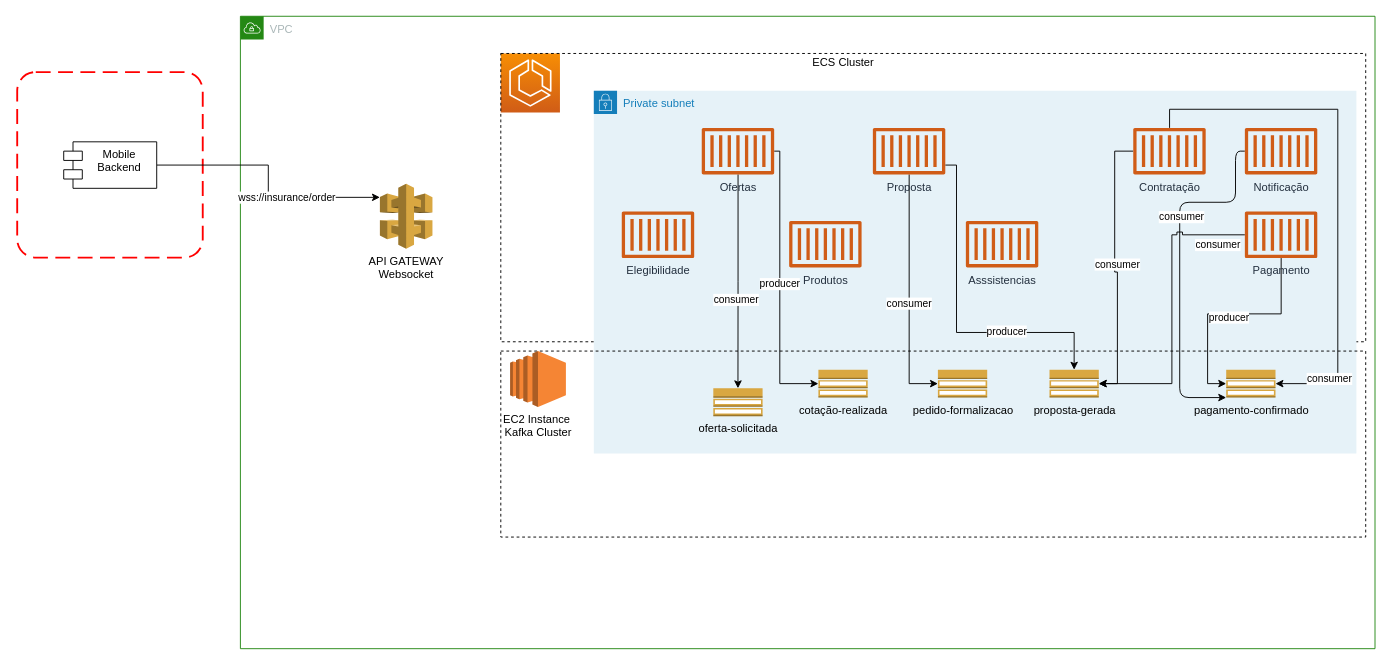
Above: localInsurance.drawio in osnirmaster/localinsurance (draw.io), before the change. Source tidied: cells renumbered, new cells numbered last; positions are measured from the earlier drawing's top-left corner, leaving out a move shared by most shapes. Both pictures are drawn from the tidied source at 93%, with x=0, y=0 at pixel (17, 16).
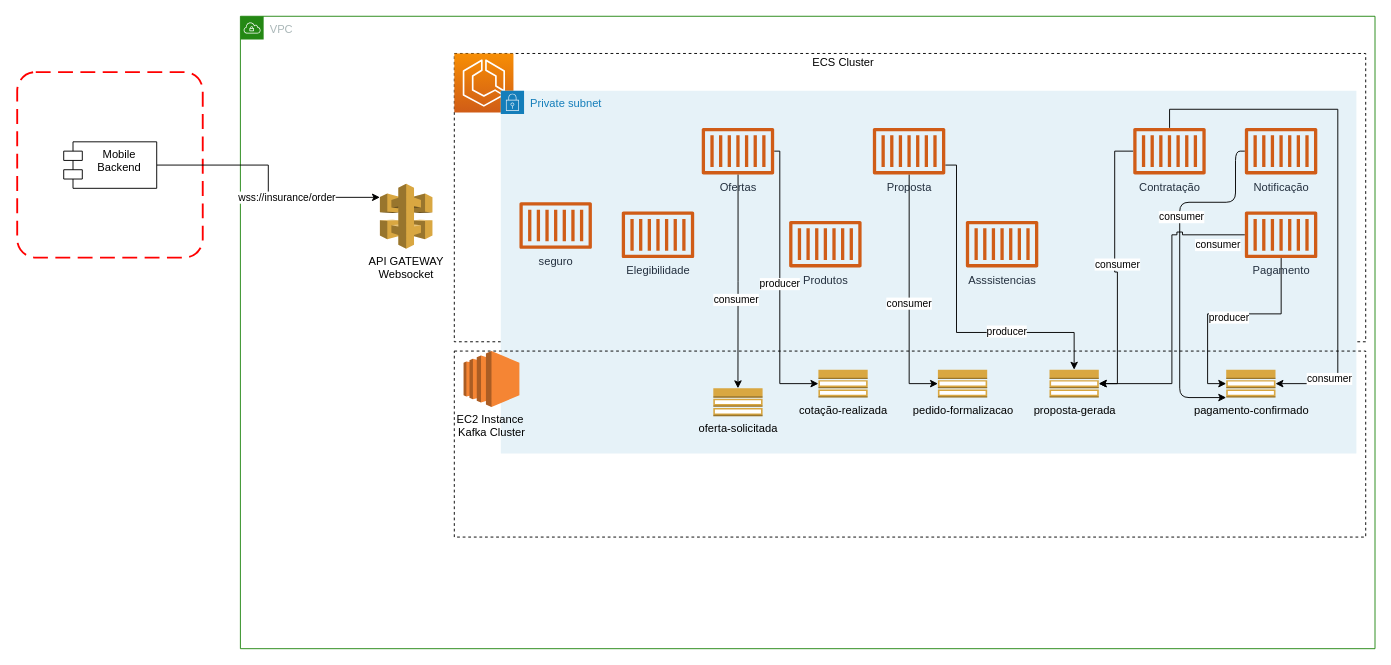
After the change.

What changed in the source:
```diff
@@
     <mxCell id="3" style="group;" parent="1" vertex="1">
-      <mxGeometry x="520" y="40" width="930" height="310" as="geometry" />
+      <mxGeometry x="470" y="40" width="980" height="310" as="geometry" />
     </mxCell>
+    <mxCell id="5" style="whiteSpace=wrap;html=1;fillColor=none;dashed=1;" parent="3" vertex="1">
+      <mxGeometry width="980" height="310" as="geometry" />
+    </mxCell>
@@
-    <mxCell id="5" style="whiteSpace=wrap;html=1;fillColor=none;dashed=1;" parent="3" vertex="1">
-      <mxGeometry width="930" height="310" as="geometry" />
-    </mxCell>
     <mxCell id="6" value="Private subnet" style="gradientColor=none;html=1;whiteSpace=wrap;fontSize=12;fontStyle=0;shape=mxgraph.aws4.group;grIcon=mxgraph.aws4.group_security_group;grStroke=0;strokeColor=#147EBA;fillColor=#E6F2F8;verticalAlign=top;align=left;spacingLeft=30;fontColor=#147EBA;dashed=0;" parent="1" vertex="1">
-      <mxGeometry x="620" y="80" width="820" height="390" as="geometry" />
+      <mxGeometry x="520" y="80" width="920" height="390" as="geometry" />
     </mxCell>
@@
     <mxCell id="26" style="whiteSpace=wrap;html=1;fillColor=none;dashed=1;" parent="1" vertex="1">
-      <mxGeometry x="520" y="360" width="930" height="200" as="geometry" />
+      <mxGeometry x="470" y="360" width="980" height="200" as="geometry" />
     </mxCell>
     <mxCell id="27" value="EC2 Instance&amp;nbsp;&lt;br&gt;Kafka Cluster" style="dashed=0;verticalLabelPosition=bottom;verticalAlign=top;align=center;html=1;shape=mxgraph.aws3.ec2;fillColor=#F58534;gradientColor=none;" parent="1" vertex="1">
-      <mxGeometry x="530" y="360" width="60" height="60" as="geometry" />
+      <mxGeometry x="480" y="360" width="60" height="60" as="geometry" />
     </mxCell>
@@
+    <mxCell id="46" value="seguro" style="fontColor=#232F3E;gradientColor=none;fillColor=#D05C17;strokeColor=none;dashed=0;verticalLabelPosition=bottom;verticalAlign=top;align=center;html=1;fontSize=12;fontStyle=0;shape=mxgraph.aws4.container_1;" parent="1" vertex="1">
+      <mxGeometry x="540" y="200" width="78" height="50" as="geometry" />
+    </mxCell>
```
